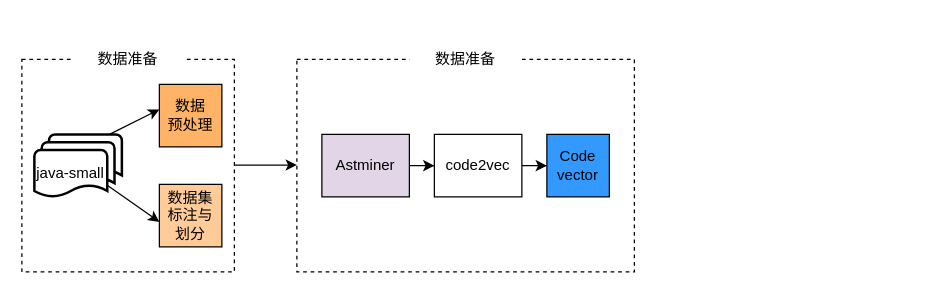
This is c2v.drawio from balllightnings/balllightnings.github.io, a draw.io file, before an edit. Source tidied: cells renumbered, new cells numbered last; positions are measured from the earlier drawing's top-left corner, leaving out a move shared by most shapes. Both pictures are drawn from the tidied source at 125%, with x=0, y=0 at pixel (21, 21).
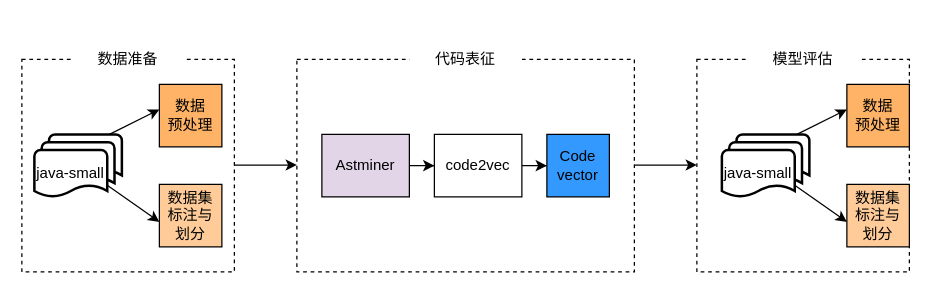
The same page after the edit.

The edit, as a diff of the source:
```diff
@@
-    <mxCell id="14" value="数据准备" style="text;html=1;align=center;verticalAlign=middle;whiteSpace=wrap;rounded=0;dashed=1;labelBackgroundColor=none;fillColor=#ffffff;" parent="1" vertex="1">
+    <mxCell id="14" value="代码表征" style="text;html=1;align=center;verticalAlign=middle;whiteSpace=wrap;rounded=0;dashed=1;labelBackgroundColor=none;fillColor=#ffffff;" parent="1" vertex="1">
       <mxGeometry x="310" width="90" height="60" as="geometry" />
     </mxCell>
@@
+    <mxCell id="20" style="whiteSpace=wrap;html=1;dashed=1;" parent="1" vertex="1">
+      <mxGeometry x="540" y="30" width="170" height="170" as="geometry" />
+    </mxCell>
+    <mxCell id="21" value="模型评估" style="text;html=1;align=center;verticalAlign=middle;whiteSpace=wrap;rounded=0;dashed=1;labelBackgroundColor=none;fillColor=#ffffff;" parent="1" vertex="1">
+      <mxGeometry x="580" width="90" height="60" as="geometry" />
+    </mxCell>
+    <mxCell id="22" value="&lt;div&gt;数据&lt;/div&gt;&lt;div&gt;预处理&lt;br&gt;&lt;/div&gt;" style="whiteSpace=wrap;html=1;labelBackgroundColor=none;fillColor=#FFB366;" parent="1" vertex="1">
+      <mxGeometry x="660" y="50" width="50" height="50" as="geometry" />
+    </mxCell>
+    <mxCell id="23" value="&lt;div&gt;数据集&lt;/div&gt;&lt;div&gt;标注与&lt;/div&gt;&lt;div&gt;划分&lt;/div&gt;" style="whiteSpace=wrap;html=1;labelBackgroundColor=none;fillColor=#FFCC99;" parent="1" vertex="1">
+      <mxGeometry x="660" y="130" width="50" height="50" as="geometry" />
+    </mxCell>
+    <mxCell id="24" style="group;" parent="1" vertex="1">
+      <mxGeometry x="560" y="90" width="70" height="50" as="geometry" />
+    </mxCell>
+    <mxCell id="25" style="strokeWidth=2;html=1;shape=mxgraph.flowchart.document2;whiteSpace=wrap;size=0.25;shadow=0;" parent="24" vertex="1">
+      <mxGeometry x="11.7" width="58.3" height="37.5" as="geometry" />
+    </mxCell>
+    <mxCell id="26" style="strokeWidth=2;html=1;shape=mxgraph.flowchart.document2;whiteSpace=wrap;size=0.25;shadow=0;" parent="24" vertex="1">
+      <mxGeometry x="5.8" y="6.2" width="58.3" height="37.5" as="geometry" />
+    </mxCell>
+    <mxCell id="27" value="java-small" style="strokeWidth=2;html=1;shape=mxgraph.flowchart.document2;whiteSpace=wrap;size=0.25;shadow=0;" parent="24" vertex="1">
+      <mxGeometry y="12.5" width="58.3" height="37.5" as="geometry" />
+    </mxCell>
+    <mxCell id="28" style="endArrow=classic;html=1;" parent="1" edge="1">
+      <mxGeometry relative="1" as="geometry">
+        <mxPoint x="620" y="90" as="sourcePoint" />
+        <mxPoint x="660" y="70" as="targetPoint" />
+      </mxGeometry>
+    </mxCell>
+    <mxCell id="29" style="endArrow=classic;html=1;exitX=1;exitY=0.75;exitDx=0;exitDy=0;exitPerimeter=0;" parent="1" edge="1" source="27">
+      <mxGeometry relative="1" as="geometry">
+        <mxPoint x="660" y="160" as="targetPoint" />
+      </mxGeometry>
+    </mxCell>
+    <mxCell id="30" style="endArrow=classic;html=1;" parent="1" edge="1">
+      <mxGeometry relative="1" as="geometry">
+        <mxPoint x="490" y="114.5" as="sourcePoint" />
+        <mxPoint x="540" y="114.5" as="targetPoint" />
+      </mxGeometry>
+    </mxCell>
```
